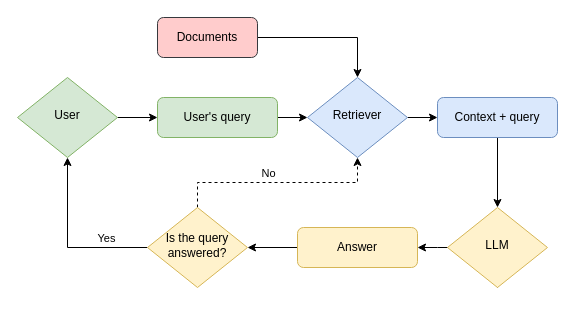
Earlier version of the draw.io diagram flowchart/rag flow.drawio (fithithub/rag_system). Source tidied: cells renumbered, new cells numbered last; positions are measured from the earlier drawing's top-left corner, leaving out a move shared by most shapes. Both pictures are drawn from the tidied source at 100%, with x=0, y=0 at pixel (17, 17).
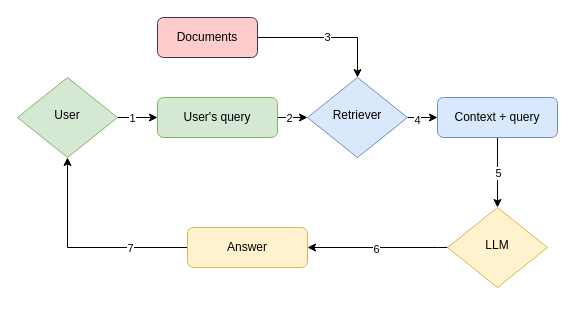
After the change.

Commit message (it also covers changes not shown here):
update rag schema

The change refers to these unchanged cells:
```xml
<mxCell id="2" style="edgeStyle=orthogonalEdgeStyle;rounded=0;jettySize=auto;html=1;" parent="1" edge="1" source="3" target="5">
  <mxGeometry relative="1" as="geometry" />
</mxCell>
<mxCell id="4" style="edgeStyle=orthogonalEdgeStyle;rounded=0;jettySize=auto;html=1;" parent="1" edge="1" source="5" target="13">
  <mxGeometry relative="1" as="geometry" />
</mxCell>
<mxCell id="5" value="Retriever" style="rhombus;whiteSpace=wrap;html=1;shadow=0;fontFamily=Helvetica;fontSize=12;align=center;strokeWidth=1;spacing=6;spacingTop=-4;fillColor=#dae8fc;strokeColor=#6c8ebf;" parent="1" vertex="1">
  <mxGeometry x="290" y="60" width="100" height="80" as="geometry" />
</mxCell>
<mxCell id="7" value="Documents" style="rounded=1;whiteSpace=wrap;html=1;fontSize=12;glass=0;strokeWidth=1;shadow=0;fillColor=#ffcccc;strokeColor=#36393d;" parent="1" vertex="1">
  <mxGeometry x="140" width="100" height="40" as="geometry" />
</mxCell>
<mxCell id="12" style="edgeStyle=orthogonalEdgeStyle;rounded=0;jettySize=auto;html=1;" parent="1" edge="1" source="13" target="15">
  <mxGeometry relative="1" as="geometry" />
</mxCell>
<mxCell id="14" style="edgeStyle=orthogonalEdgeStyle;rounded=0;jettySize=auto;html=1;exitX=0.5;exitY=1;exitDx=0;exitDy=0;" parent="1" edge="1" source="15" target="11">
  <mxGeometry relative="1" as="geometry">
    <Array as="points">
      <mxPoint x="420" y="230" />
      <mxPoint x="420" y="230" />
    </Array>
  </mxGeometry>
</mxCell>
<mxCell id="16" style="edgeStyle=orthogonalEdgeStyle;rounded=0;jettySize=auto;html=1;" parent="1" edge="1" source="17" target="3">
  <mxGeometry relative="1" as="geometry" />
</mxCell>
<mxCell id="17" value="User" style="rhombus;whiteSpace=wrap;html=1;shadow=0;fontFamily=Helvetica;fontSize=12;align=center;strokeWidth=1;spacing=6;spacingTop=-4;fillColor=#d5e8d4;strokeColor=#82b366;" parent="1" vertex="1">
  <mxGeometry y="60" width="100" height="80" as="geometry" />
</mxCell>
```

What changed in the source:
```diff
@@
+    <mxCell id="21" value="2" style="edgeLabel;html=1;align=center;verticalAlign=middle;" parent="2" vertex="1">
+      <mxGeometry x="0.23" y="-3" relative="1" as="geometry">
+        <mxPoint y="-3" as="offset" />
+      </mxGeometry>
+    </mxCell>
@@
+    <mxCell id="22" value="4" style="edgeLabel;html=1;align=center;verticalAlign=middle;" parent="4" vertex="1">
+      <mxGeometry x="-0.65" y="-2" relative="1" as="geometry" />
+    </mxCell>
@@
-    <mxCell id="6" style="edgeStyle=orthogonalEdgeStyle;rounded=0;jettySize=auto;html=1;" parent="1" edge="1" source="7" target="5">
+    <mxCell id="6" value="3" style="edgeStyle=orthogonalEdgeStyle;rounded=0;jettySize=auto;html=1;" parent="1" edge="1" source="7" target="5">
       <mxGeometry relative="1" as="geometry" />
     </mxCell>
@@
-    <mxCell id="8" style="edgeStyle=orthogonalEdgeStyle;rounded=0;jettySize=auto;html=1;exitX=0;exitY=0.5;exitDx=0;exitDy=0;" parent="1" edge="1" source="20" target="17">
-      <mxGeometry relative="1" as="geometry" />
-    </mxCell>
-    <mxCell id="9" value="Yes" style="edgeLabel;html=1;align=center;verticalAlign=middle;" parent="8" vertex="1">
-      <mxGeometry x="0.07" y="5" relative="1" as="geometry">
-        <mxPoint x="43" y="1" as="offset" />
-      </mxGeometry>
-    </mxCell>
-    <mxCell id="10" style="edgeStyle=orthogonalEdgeStyle;rounded=0;jettySize=auto;html=1;entryX=1;entryY=0.5;entryDx=0;entryDy=0;" parent="1" edge="1" source="11" target="20">
+    <mxCell id="10" style="edgeStyle=orthogonalEdgeStyle;rounded=0;jettySize=auto;html=1;entryX=0.5;entryY=1;entryDx=0;entryDy=0;" parent="1" edge="1" source="11" target="17">
       <mxGeometry relative="1" as="geometry" />
     </mxCell>
+    <mxCell id="23" value="7" style="edgeLabel;html=1;align=center;verticalAlign=middle;" parent="10" vertex="1">
+      <mxGeometry x="-0.45" relative="1" as="geometry" />
+    </mxCell>
     <mxCell id="11" value="Answer" style="rounded=1;whiteSpace=wrap;html=1;fontSize=12;glass=0;strokeWidth=1;shadow=0;fillColor=#fff2cc;strokeColor=#d6b656;" parent="1" vertex="1">
-      <mxGeometry x="280" y="210" width="120" height="40" as="geometry" />
+      <mxGeometry x="170" y="210" width="120" height="40" as="geometry" />
     </mxCell>
@@
+    <mxCell id="24" value="5" style="edgeLabel;html=1;align=center;verticalAlign=middle;" parent="12" vertex="1">
+      <mxGeometry x="-0.01" relative="1" as="geometry" />
+    </mxCell>
@@
+    <mxCell id="25" value="6" style="edgeLabel;html=1;align=center;verticalAlign=middle;" parent="14" vertex="1">
+      <mxGeometry x="0.41" y="1" relative="1" as="geometry" />
+    </mxCell>
@@
+    <mxCell id="26" value="1" style="edgeLabel;html=1;align=center;verticalAlign=middle;" parent="16" vertex="1">
+      <mxGeometry x="-0.31" relative="1" as="geometry" />
+    </mxCell>
@@
-    <mxCell id="18" style="edgeStyle=orthogonalEdgeStyle;rounded=0;jettySize=auto;html=1;entryX=0.5;entryY=1;entryDx=0;entryDy=0;dashed=1;exitX=0.5;exitY=0;exitDx=0;exitDy=0;" parent="1" edge="1" source="20" target="5">
-      <mxGeometry relative="1" as="geometry" />
-    </mxCell>
-    <mxCell id="19" value="No" style="edgeLabel;html=1;align=center;verticalAlign=middle;" parent="18" vertex="1">
-      <mxGeometry x="0.08" y="1" relative="1" as="geometry">
-        <mxPoint x="-18" y="-9" as="offset" />
-      </mxGeometry>
-    </mxCell>
-    <mxCell id="20" value="Is the query answered?" style="rhombus;whiteSpace=wrap;html=1;shadow=0;fontFamily=Helvetica;fontSize=12;align=center;strokeWidth=1;spacing=6;spacingTop=-4;fillColor=#fff2cc;strokeColor=#d6b656;" parent="1" vertex="1">
-      <mxGeometry x="130" y="190" width="100" height="80" as="geometry" />
-    </mxCell>
```
